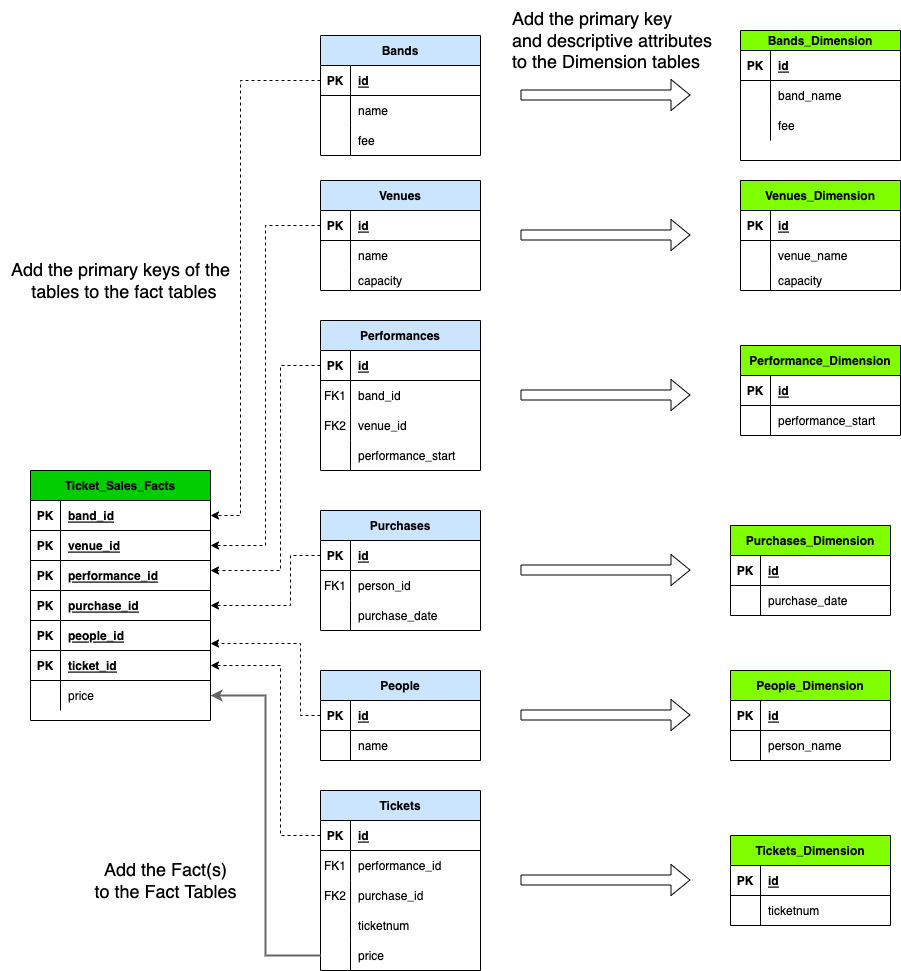
Before: docs/presentations/dimensional_modeling/images/DimensionalTransform.drawio.png, a diagram exported from draw.io (chipzx92/DataEngineeringI320). Source tidied: cells renumbered, new cells last; positions are measured from the earlier drawing's top-left corner, leaving out a move shared by most shapes.
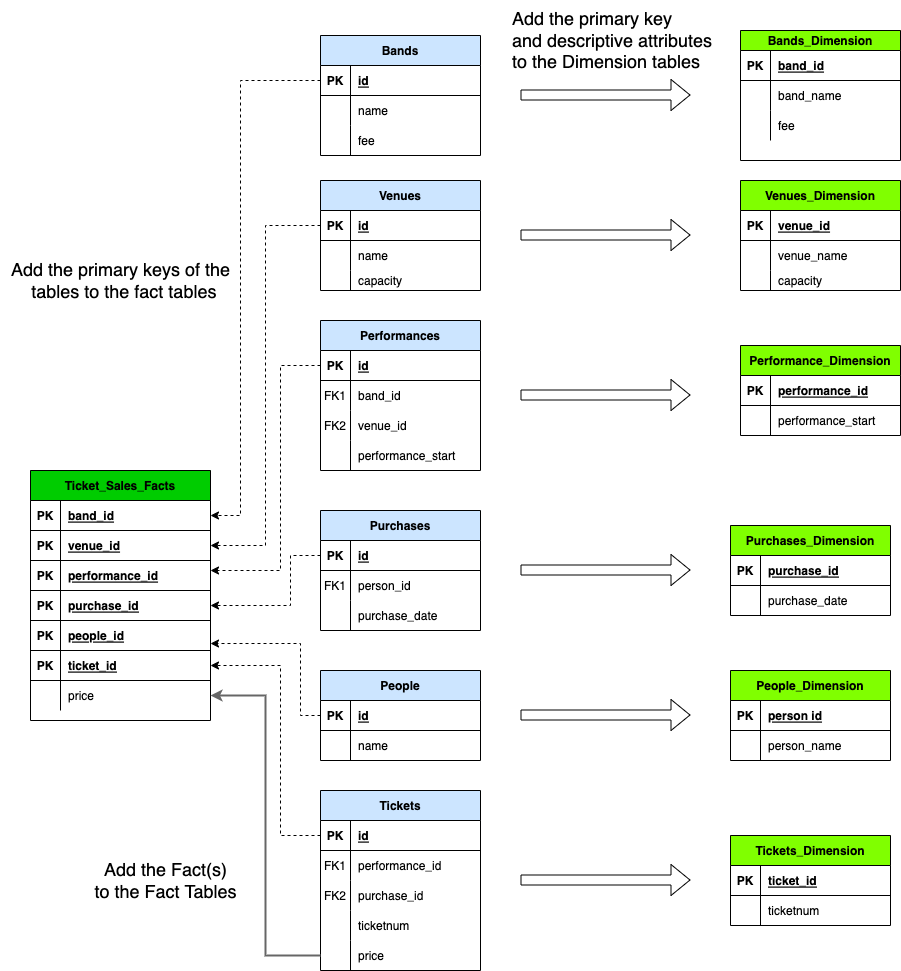
The same diagram one commit later.

Change to the diagram source:
```diff
@@ -41,7 +41,7 @@
     <mxCell id="14" value="PK" style="shape=partialRectangle;fillColor=none;top=0;left=0;bottom=0;right=0;fontStyle=1;overflow=hidden;" parent="13" vertex="1">
       <mxGeometry width="30" height="30" as="geometry" />
     </mxCell>
-    <mxCell id="15" value="id" style="shape=partialRectangle;fillColor=none;top=0;left=0;bottom=0;right=0;align=left;spacingLeft=6;fontStyle=5;overflow=hidden;" parent="13" vertex="1">
+    <mxCell id="15" value="band_id" style="shape=partialRectangle;fillColor=none;top=0;left=0;bottom=0;right=0;align=left;spacingLeft=6;fontStyle=5;overflow=hidden;" parent="13" vertex="1">
       <mxGeometry x="30" width="130" height="30" as="geometry" />
     </mxCell>
     <mxCell id="16" style="shape=tableRow;horizontal=0;startSize=0;swimlaneHead=0;swimlaneBody=0;fillColor=none;top=0;left=0;right=0;bottom=0;" parent="12" vertex="1">
@@ -107,7 +107,7 @@
     <mxCell id="35" value="PK" style="shape=partialRectangle;fillColor=none;top=0;left=0;bottom=0;right=0;fontStyle=1;overflow=hidden;" parent="34" vertex="1">
       <mxGeometry width="30" height="30" as="geometry" />
     </mxCell>
-    <mxCell id="36" value="id" style="shape=partialRectangle;fillColor=none;top=0;left=0;bottom=0;right=0;align=left;spacingLeft=6;fontStyle=5;overflow=hidden;" parent="34" vertex="1">
+    <mxCell id="36" value="venue_id" style="shape=partialRectangle;fillColor=none;top=0;left=0;bottom=0;right=0;align=left;spacingLeft=6;fontStyle=5;overflow=hidden;" parent="34" vertex="1">
       <mxGeometry x="30" width="130" height="30" as="geometry" />
     </mxCell>
     <mxCell id="37" style="shape=tableRow;horizontal=0;startSize=0;swimlaneHead=0;swimlaneBody=0;fillColor=none;top=0;left=0;right=0;bottom=0;" parent="33" vertex="1">
@@ -182,7 +182,7 @@
     <mxCell id="59" value="PK" style="shape=partialRectangle;fillColor=none;top=0;left=0;bottom=0;right=0;fontStyle=1;overflow=hidden;" parent="58" vertex="1">
       <mxGeometry width="30" height="30" as="geometry" />
     </mxCell>
-    <mxCell id="60" value="id" style="shape=partialRectangle;fillColor=none;top=0;left=0;bottom=0;right=0;align=left;spacingLeft=6;fontStyle=5;overflow=hidden;" parent="58" vertex="1">
+    <mxCell id="60" value="performance_id" style="shape=partialRectangle;fillColor=none;top=0;left=0;bottom=0;right=0;align=left;spacingLeft=6;fontStyle=5;overflow=hidden;" parent="58" vertex="1">
       <mxGeometry x="30" width="130" height="30" as="geometry" />
     </mxCell>
     <mxCell id="61" style="shape=tableRow;horizontal=0;startSize=0;swimlaneHead=0;swimlaneBody=0;fillColor=none;top=0;left=0;right=0;bottom=0;" parent="57" vertex="1">
@@ -308,7 +308,7 @@
     <mxCell id="100" value="PK" style="shape=partialRectangle;fillColor=none;top=0;left=0;bottom=0;right=0;fontStyle=1;overflow=hidden;" parent="99" vertex="1">
       <mxGeometry width="30" height="30" as="geometry" />
     </mxCell>
-    <mxCell id="101" value="id" style="shape=partialRectangle;fillColor=none;top=0;left=0;bottom=0;right=0;align=left;spacingLeft=6;fontStyle=5;overflow=hidden;" parent="99" vertex="1">
+    <mxCell id="101" value="ticket_id" style="shape=partialRectangle;fillColor=none;top=0;left=0;bottom=0;right=0;align=left;spacingLeft=6;fontStyle=5;overflow=hidden;" parent="99" vertex="1">
       <mxGeometry x="30" width="130" height="30" as="geometry" />
     </mxCell>
     <mxCell id="102" style="shape=tableRow;horizontal=0;startSize=0;swimlaneHead=0;swimlaneBody=0;fillColor=none;top=0;left=0;right=0;bottom=0;" parent="98" vertex="1">
@@ -335,7 +335,7 @@
     <mxCell id="108" value="PK" style="shape=partialRectangle;fillColor=none;top=0;left=0;bottom=0;right=0;fontStyle=1;overflow=hidden;" parent="107" vertex="1">
       <mxGeometry width="30" height="30" as="geometry" />
     </mxCell>
-    <mxCell id="109" value="id" style="shape=partialRectangle;fillColor=none;top=0;left=0;bottom=0;right=0;align=left;spacingLeft=6;fontStyle=5;overflow=hidden;" parent="107" vertex="1">
+    <mxCell id="109" value="purchase_id" style="shape=partialRectangle;fillColor=none;top=0;left=0;bottom=0;right=0;align=left;spacingLeft=6;fontStyle=5;overflow=hidden;" parent="107" vertex="1">
       <mxGeometry x="30" width="130" height="30" as="geometry" />
     </mxCell>
     <mxCell id="110" style="shape=tableRow;horizontal=0;startSize=0;swimlaneHead=0;swimlaneBody=0;fillColor=none;top=0;left=0;right=0;bottom=0;" parent="106" vertex="1">
@@ -362,7 +362,7 @@
     <mxCell id="116" value="PK" style="shape=partialRectangle;fillColor=none;top=0;left=0;bottom=0;right=0;fontStyle=1;overflow=hidden;" parent="115" vertex="1">
       <mxGeometry width="30" height="30" as="geometry" />
     </mxCell>
-    <mxCell id="117" value="id" style="shape=partialRectangle;fillColor=none;top=0;left=0;bottom=0;right=0;align=left;spacingLeft=6;fontStyle=5;overflow=hidden;" parent="115" vertex="1">
+    <mxCell id="117" value="person id" style="shape=partialRectangle;fillColor=none;top=0;left=0;bottom=0;right=0;align=left;spacingLeft=6;fontStyle=5;overflow=hidden;" parent="115" vertex="1">
       <mxGeometry x="30" width="130" height="30" as="geometry" />
     </mxCell>
     <mxCell id="118" style="shape=tableRow;horizontal=0;startSize=0;swimlaneHead=0;swimlaneBody=0;fillColor=none;top=0;left=0;right=0;bottom=0;" parent="114" vertex="1">
```
